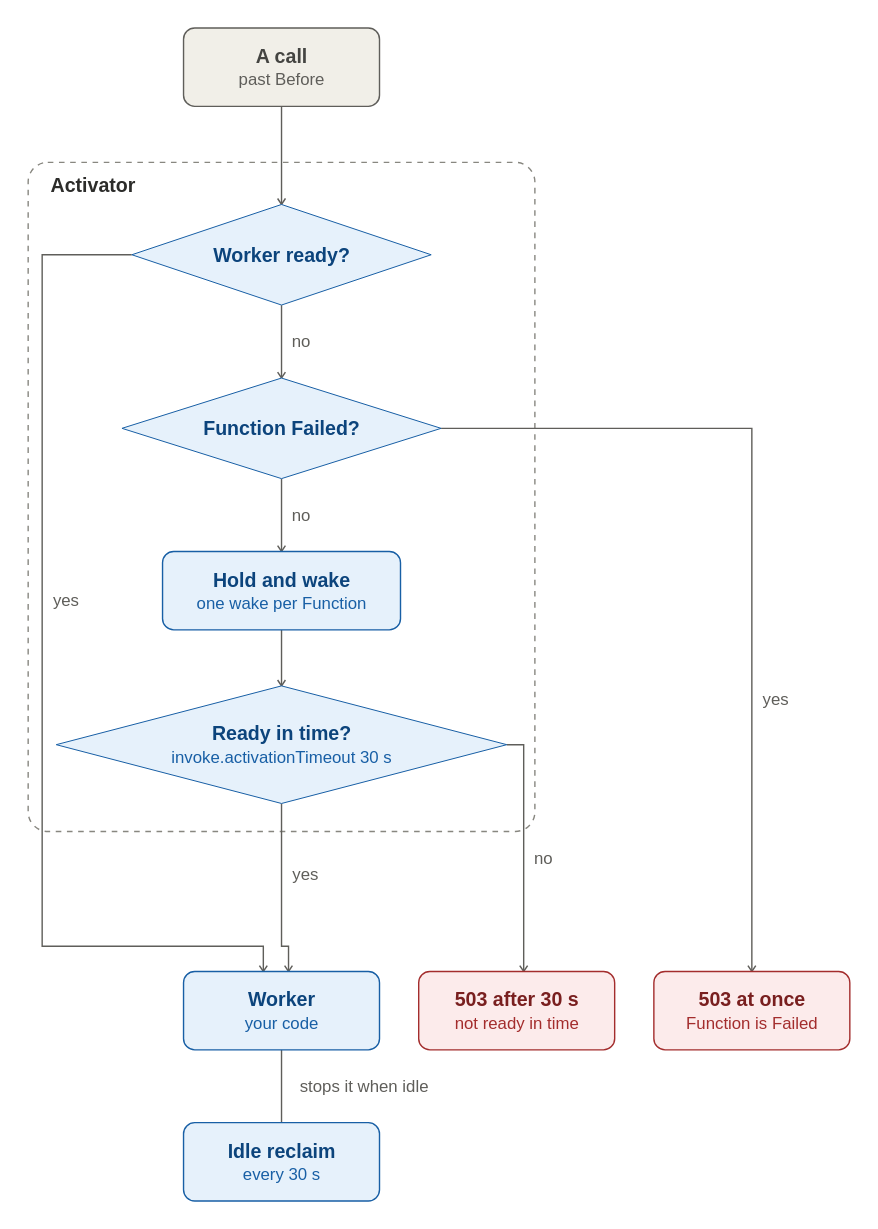
The draw.io diagram docs/guide/platform/architecture/data-plane-activator.drawio.svg in pyvvo/funcd, before a commit. Source tidied: cells renumbered, new cells last; positions are measured from the earlier drawing's top-left corner, leaving out a move shared by most shapes.
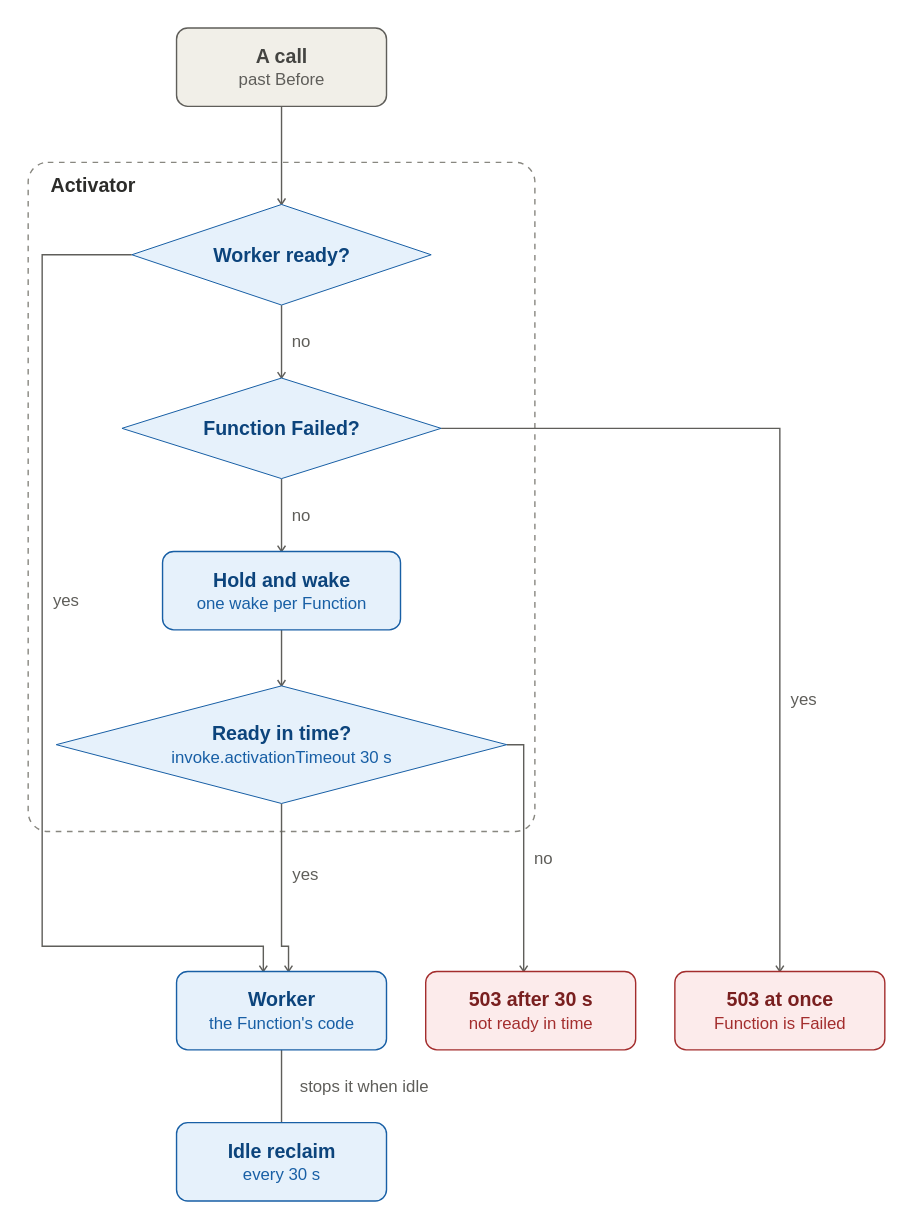
After the commit.

What changed in the source:
```diff
@@ -3,7 +3,7 @@
     <mxCell id="0" />
     <mxCell id="1" parent="0" />
     <mxCell id="2" value="&lt;b&gt;A call&lt;/b&gt;&lt;br&gt;&lt;font style=&quot;font-size:12px&quot; color=&quot;#5F5E5A&quot;&gt;past Before&lt;/font&gt;" style="rounded=1;absoluteArcSize=1;arcSize=16;whiteSpace=wrap;html=1;fillColor=#F1EFE8;strokeColor=#5F5E5A;fontColor=#444441;fontSize=14;" parent="1" vertex="1">
-      <mxGeometry x="111" width="140" height="56" as="geometry" />
+      <mxGeometry x="106" width="150" height="56" as="geometry" />
     </mxCell>
     <mxCell id="3" value="Activator" style="rounded=1;absoluteArcSize=1;arcSize=28;dashed=1;fillColor=none;strokeColor=#888780;fontStyle=1;fontSize=14;fontColor=#2C2C2A;align=left;verticalAlign=top;spacingLeft=10;spacingTop=2;html=1;" parent="1" vertex="1">
       <mxGeometry y="96" width="362" height="478" as="geometry" />
@@ -20,17 +20,17 @@
     <mxCell id="7" value="&lt;b&gt;Ready in time?&lt;/b&gt;&lt;br&gt;&lt;font style=&quot;font-size:12px&quot; color=&quot;#185FA5&quot;&gt;invoke.activationTimeout 30 s&lt;/font&gt;" style="rhombus;whiteSpace=wrap;html=1;fillColor=#E6F1FB;strokeColor=#185FA5;fontColor=#0C447C;fontSize=14;" parent="3" vertex="1">
       <mxGeometry x="20" y="374" width="322" height="84" as="geometry" />
     </mxCell>
-    <mxCell id="8" value="&lt;b&gt;Worker&lt;/b&gt;&lt;br&gt;&lt;font style=&quot;font-size:12px&quot; color=&quot;#185FA5&quot;&gt;your code&lt;/font&gt;" style="rounded=1;absoluteArcSize=1;arcSize=16;whiteSpace=wrap;html=1;fillColor=#E6F1FB;strokeColor=#185FA5;fontColor=#0C447C;fontSize=14;" parent="1" vertex="1">
-      <mxGeometry x="111" y="674" width="140" height="56" as="geometry" />
+    <mxCell id="8" value="&lt;b&gt;Worker&lt;/b&gt;&lt;br&gt;&lt;font style=&quot;font-size:12px&quot; color=&quot;#185FA5&quot;&gt;the Function&amp;#x27;s code&lt;/font&gt;" style="rounded=1;absoluteArcSize=1;arcSize=16;whiteSpace=wrap;html=1;fillColor=#E6F1FB;strokeColor=#185FA5;fontColor=#0C447C;fontSize=14;" parent="1" vertex="1">
+      <mxGeometry x="106" y="674" width="150" height="56" as="geometry" />
     </mxCell>
     <mxCell id="9" value="&lt;b&gt;503 after 30 s&lt;/b&gt;&lt;br&gt;&lt;font style=&quot;font-size:12px&quot; color=&quot;#A32D2D&quot;&gt;not ready in time&lt;/font&gt;" style="rounded=1;absoluteArcSize=1;arcSize=16;whiteSpace=wrap;html=1;fillColor=#FCEBEB;strokeColor=#A32D2D;fontColor=#791F1F;fontSize=14;" parent="1" vertex="1">
-      <mxGeometry x="279" y="674" width="140" height="56" as="geometry" />
+      <mxGeometry x="284" y="674" width="150" height="56" as="geometry" />
     </mxCell>
     <mxCell id="10" value="&lt;b&gt;503 at once&lt;/b&gt;&lt;br&gt;&lt;font style=&quot;font-size:12px&quot; color=&quot;#A32D2D&quot;&gt;Function is Failed&lt;/font&gt;" style="rounded=1;absoluteArcSize=1;arcSize=16;whiteSpace=wrap;html=1;fillColor=#FCEBEB;strokeColor=#A32D2D;fontColor=#791F1F;fontSize=14;" parent="1" vertex="1">
-      <mxGeometry x="447" y="674" width="140" height="56" as="geometry" />
+      <mxGeometry x="462" y="674" width="150" height="56" as="geometry" />
     </mxCell>
     <mxCell id="11" value="&lt;b&gt;Idle reclaim&lt;/b&gt;&lt;br&gt;&lt;font style=&quot;font-size:12px&quot; color=&quot;#185FA5&quot;&gt;every 30 s&lt;/font&gt;" style="rounded=1;absoluteArcSize=1;arcSize=16;whiteSpace=wrap;html=1;fillColor=#E6F1FB;strokeColor=#185FA5;fontColor=#0C447C;fontSize=14;" parent="1" vertex="1">
-      <mxGeometry x="111" y="782" width="140" height="56" as="geometry" />
+      <mxGeometry x="106" y="782" width="150" height="56" as="geometry" />
     </mxCell>
     <mxCell id="12" style="edgeStyle=orthogonalEdgeStyle;rounded=0;html=1;jettySize=auto;strokeColor=#5F5E5A;fontColor=#5F5E5A;fontSize=12;labelBackgroundColor=#FFFFFF;endSize=7;endArrow=open;endFill=0;exitX=0.5;exitY=1;exitDx=0;exitDy=0;exitPerimeter=0;entryX=0.5;entryY=0;entryDx=0;entryDy=0;entryPerimeter=0;" parent="1" edge="1" source="2" target="4">
       <mxGeometry relative="1" as="geometry" />
@@ -40,7 +40,7 @@
         <mxPoint x="14" as="offset" />
       </mxGeometry>
     </mxCell>
-    <mxCell id="14" value="yes" style="edgeStyle=orthogonalEdgeStyle;rounded=0;html=1;jettySize=auto;strokeColor=#5F5E5A;fontColor=#5F5E5A;fontSize=12;labelBackgroundColor=#FFFFFF;endSize=7;endArrow=open;endFill=0;exitX=0;exitY=0.5;exitDx=0;exitDy=0;exitPerimeter=0;entryX=0.407;entryY=0;entryDx=0;entryDy=0;entryPerimeter=0;" parent="1" edge="1" source="4" target="8">
+    <mxCell id="14" value="yes" style="edgeStyle=orthogonalEdgeStyle;rounded=0;html=1;jettySize=auto;strokeColor=#5F5E5A;fontColor=#5F5E5A;fontSize=12;labelBackgroundColor=#FFFFFF;endSize=7;endArrow=open;endFill=0;exitX=0;exitY=0.5;exitDx=0;exitDy=0;exitPerimeter=0;entryX=0.413;entryY=0;entryDx=0;entryDy=0;entryPerimeter=0;" parent="1" edge="1" source="4" target="8">
       <mxGeometry x="-0.15" relative="1" as="geometry">
         <Array as="points">
           <mxPoint x="10" y="162" />
@@ -51,9 +51,9 @@
       </mxGeometry>
     </mxCell>
     <mxCell id="15" value="yes" style="edgeStyle=orthogonalEdgeStyle;rounded=0;html=1;jettySize=auto;strokeColor=#5F5E5A;fontColor=#5F5E5A;fontSize=12;labelBackgroundColor=#FFFFFF;endSize=7;endArrow=open;endFill=0;exitX=1;exitY=0.5;exitDx=0;exitDy=0;exitPerimeter=0;entryX=0.5;entryY=0;entryDx=0;entryDy=0;entryPerimeter=0;" parent="1" edge="1" source="5" target="10">
-      <mxGeometry x="0.36" relative="1" as="geometry">
+      <mxGeometry x="0.38" relative="1" as="geometry">
         <Array as="points">
-          <mxPoint x="517" y="286" />
+          <mxPoint x="537" y="286" />
         </Array>
         <mxPoint x="17" as="offset" />
       </mxGeometry>
@@ -66,7 +66,7 @@
     <mxCell id="17" style="edgeStyle=orthogonalEdgeStyle;rounded=0;html=1;jettySize=auto;strokeColor=#5F5E5A;fontColor=#5F5E5A;fontSize=12;labelBackgroundColor=#FFFFFF;endSize=7;endArrow=open;endFill=0;exitX=0.5;exitY=1;exitDx=0;exitDy=0;exitPerimeter=0;entryX=0.5;entryY=0;entryDx=0;entryDy=0;entryPerimeter=0;" parent="1" edge="1" source="6" target="7">
       <mxGeometry relative="1" as="geometry" />
     </mxCell>
-    <mxCell id="18" value="yes" style="edgeStyle=orthogonalEdgeStyle;rounded=0;html=1;jettySize=auto;strokeColor=#5F5E5A;fontColor=#5F5E5A;fontSize=12;labelBackgroundColor=#FFFFFF;endSize=7;endArrow=open;endFill=0;exitX=0.5;exitY=1;exitDx=0;exitDy=0;exitPerimeter=0;entryX=0.536;entryY=0;entryDx=0;entryDy=0;entryPerimeter=0;" parent="1" edge="1" source="7" target="8">
+    <mxCell id="18" value="yes" style="edgeStyle=orthogonalEdgeStyle;rounded=0;html=1;jettySize=auto;strokeColor=#5F5E5A;fontColor=#5F5E5A;fontSize=12;labelBackgroundColor=#FFFFFF;endSize=7;endArrow=open;endFill=0;exitX=0.5;exitY=1;exitDx=0;exitDy=0;exitPerimeter=0;entryX=0.533;entryY=0;entryDx=0;entryDy=0;entryPerimeter=0;" parent="1" edge="1" source="7" target="8">
       <mxGeometry x="-0.18" relative="1" as="geometry">
         <Array as="points">
           <mxPoint x="181" y="656" />
@@ -75,7 +75,7 @@
         <mxPoint x="17" as="offset" />
       </mxGeometry>
     </mxCell>
-    <mxCell id="19" value="no" style="edgeStyle=orthogonalEdgeStyle;rounded=0;html=1;jettySize=auto;strokeColor=#5F5E5A;fontColor=#5F5E5A;fontSize=12;labelBackgroundColor=#FFFFFF;endSize=7;endArrow=open;endFill=0;exitX=1;exitY=0.5;exitDx=0;exitDy=0;exitPerimeter=0;entryX=0.536;entryY=0;entryDx=0;entryDy=0;entryPerimeter=0;" parent="1" edge="1" source="7" target="9">
+    <mxCell id="19" value="no" style="edgeStyle=orthogonalEdgeStyle;rounded=0;html=1;jettySize=auto;strokeColor=#5F5E5A;fontColor=#5F5E5A;fontSize=12;labelBackgroundColor=#FFFFFF;endSize=7;endArrow=open;endFill=0;exitX=1;exitY=0.5;exitDx=0;exitDy=0;exitPerimeter=0;entryX=0.467;entryY=0;entryDx=0;entryDy=0;entryPerimeter=0;" parent="1" edge="1" source="7" target="9">
       <mxGeometry x="0.07" relative="1" as="geometry">
         <Array as="points">
           <mxPoint x="354" y="512" />
```
